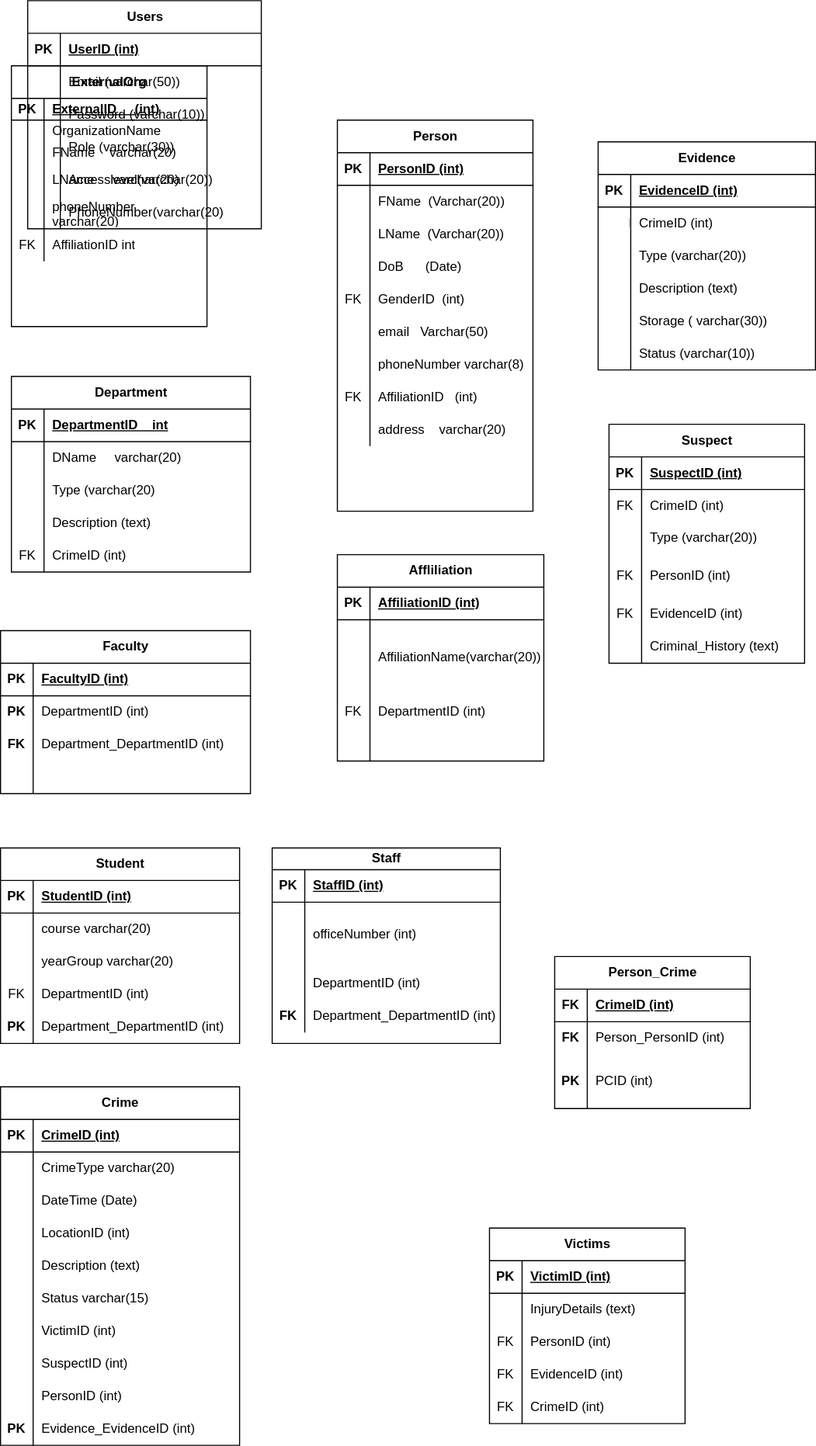
This is Untitled Diagram.drawio.svg from Priscile2/Diagrams, a draw.io export, as it was before one commit. Source tidied: cells renumbered, new cells last; positions are measured from the earlier drawing's top-left corner, leaving out a move shared by most shapes.
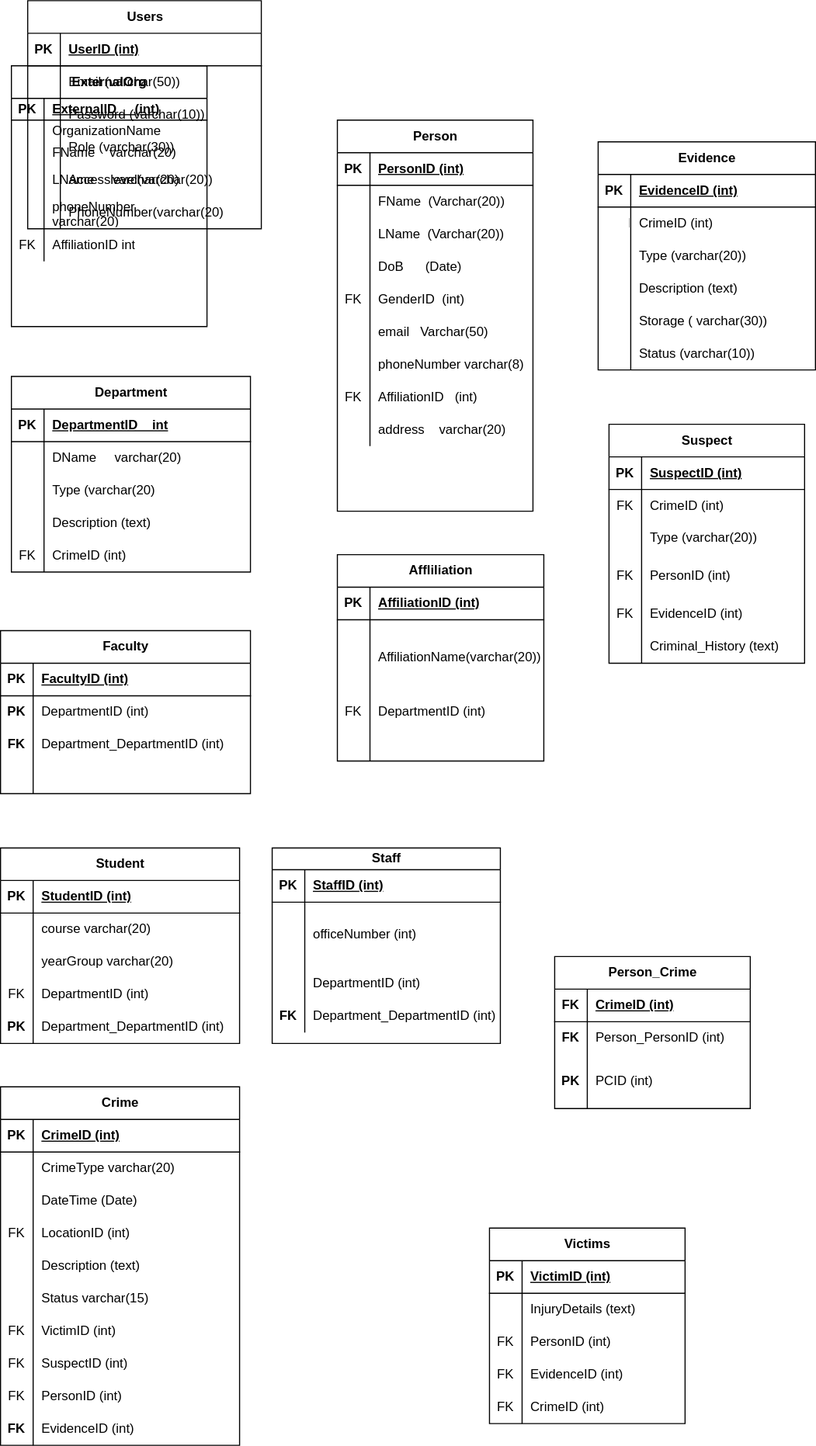
After the change.

The edit, as a diff of the source:
```diff
@@ -590,7 +590,7 @@
     <mxCell id="197" style="shape=tableRow;horizontal=0;startSize=0;swimlaneHead=0;swimlaneBody=0;fillColor=none;top=0;left=0;right=0;bottom=0;" parent="187" vertex="1">
       <mxGeometry y="120" width="220" height="30" as="geometry" />
     </mxCell>
-    <mxCell id="198" style="shape=partialRectangle;fillColor=none;top=0;left=0;bottom=0;right=0;overflow=hidden;whiteSpace=wrap;html=1;" parent="197" vertex="1">
+    <mxCell id="198" value="FK" style="shape=partialRectangle;fillColor=none;top=0;left=0;bottom=0;right=0;overflow=hidden;whiteSpace=wrap;html=1;" parent="197" vertex="1">
       <mxGeometry width="30" height="30" as="geometry" />
     </mxCell>
     <mxCell id="199" value="LocationID (int)" style="shape=partialRectangle;fillColor=none;top=0;left=0;bottom=0;right=0;align=left;spacingLeft=6;overflow=hidden;whiteSpace=wrap;html=1;" parent="197" vertex="1">
@@ -617,7 +617,7 @@
     <mxCell id="206" style="shape=tableRow;horizontal=0;startSize=0;swimlaneHead=0;swimlaneBody=0;fillColor=none;top=0;left=0;right=0;bottom=0;" parent="187" vertex="1">
       <mxGeometry y="210" width="220" height="30" as="geometry" />
     </mxCell>
-    <mxCell id="207" style="shape=partialRectangle;fillColor=none;top=0;left=0;bottom=0;right=0;overflow=hidden;whiteSpace=wrap;html=1;" parent="206" vertex="1">
+    <mxCell id="207" value="FK" style="shape=partialRectangle;fillColor=none;top=0;left=0;bottom=0;right=0;overflow=hidden;whiteSpace=wrap;html=1;" parent="206" vertex="1">
       <mxGeometry width="30" height="30" as="geometry" />
     </mxCell>
     <mxCell id="208" value="VictimID (int)" style="shape=partialRectangle;fillColor=none;top=0;left=0;bottom=0;right=0;align=left;spacingLeft=6;overflow=hidden;whiteSpace=wrap;html=1;" parent="206" vertex="1">
@@ -626,7 +626,7 @@
     <mxCell id="209" style="shape=tableRow;horizontal=0;startSize=0;swimlaneHead=0;swimlaneBody=0;fillColor=none;top=0;left=0;right=0;bottom=0;" parent="187" vertex="1">
       <mxGeometry y="240" width="220" height="30" as="geometry" />
     </mxCell>
-    <mxCell id="210" style="shape=partialRectangle;fillColor=none;top=0;left=0;bottom=0;right=0;overflow=hidden;whiteSpace=wrap;html=1;" parent="209" vertex="1">
+    <mxCell id="210" value="FK" style="shape=partialRectangle;fillColor=none;top=0;left=0;bottom=0;right=0;overflow=hidden;whiteSpace=wrap;html=1;" parent="209" vertex="1">
       <mxGeometry width="30" height="30" as="geometry" />
     </mxCell>
     <mxCell id="211" value="SuspectID (int)" style="shape=partialRectangle;fillColor=none;top=0;left=0;bottom=0;right=0;align=left;spacingLeft=6;overflow=hidden;whiteSpace=wrap;html=1;" parent="209" vertex="1">
@@ -635,7 +635,7 @@
     <mxCell id="212" style="shape=tableRow;horizontal=0;startSize=0;swimlaneHead=0;swimlaneBody=0;fillColor=none;top=0;left=0;right=0;bottom=0;" parent="187" vertex="1">
       <mxGeometry y="270" width="220" height="30" as="geometry" />
     </mxCell>
-    <mxCell id="213" style="shape=partialRectangle;fillColor=none;top=0;left=0;bottom=0;right=0;overflow=hidden;whiteSpace=wrap;html=1;" parent="212" vertex="1">
+    <mxCell id="213" value="FK" style="shape=partialRectangle;fillColor=none;top=0;left=0;bottom=0;right=0;overflow=hidden;whiteSpace=wrap;html=1;" parent="212" vertex="1">
       <mxGeometry width="30" height="30" as="geometry" />
     </mxCell>
     <mxCell id="214" value="PersonID (int)" style="shape=partialRectangle;fillColor=none;top=0;left=0;bottom=0;right=0;align=left;spacingLeft=6;overflow=hidden;whiteSpace=wrap;html=1;" parent="212" vertex="1">
@@ -644,10 +644,10 @@
     <mxCell id="215" style="shape=tableRow;horizontal=0;startSize=0;swimlaneHead=0;swimlaneBody=0;fillColor=none;top=0;left=0;right=0;bottom=0;" parent="187" vertex="1">
       <mxGeometry y="300" width="220" height="30" as="geometry" />
     </mxCell>
-    <mxCell id="216" value="&lt;b&gt;PK&lt;/b&gt;" style="shape=partialRectangle;fillColor=none;top=0;left=0;bottom=0;right=0;overflow=hidden;whiteSpace=wrap;html=1;" parent="215" vertex="1">
+    <mxCell id="216" value="&lt;b&gt;FK&lt;/b&gt;" style="shape=partialRectangle;fillColor=none;top=0;left=0;bottom=0;right=0;overflow=hidden;whiteSpace=wrap;html=1;" parent="215" vertex="1">
       <mxGeometry width="30" height="30" as="geometry" />
     </mxCell>
-    <mxCell id="217" value="Evidence_EvidenceID (int)" style="shape=partialRectangle;fillColor=none;top=0;left=0;bottom=0;right=0;align=left;spacingLeft=6;overflow=hidden;whiteSpace=wrap;html=1;" parent="215" vertex="1">
+    <mxCell id="217" value="EvidenceID (int)" style="shape=partialRectangle;fillColor=none;top=0;left=0;bottom=0;right=0;align=left;spacingLeft=6;overflow=hidden;whiteSpace=wrap;html=1;" parent="215" vertex="1">
       <mxGeometry x="30" width="190" height="30" as="geometry" />
     </mxCell>
     <mxCell id="218" value="Victims" style="shape=table;startSize=30;rowLines=0;fontStyle=1;align=center;html=1;" parent="1" vertex="1">
```
